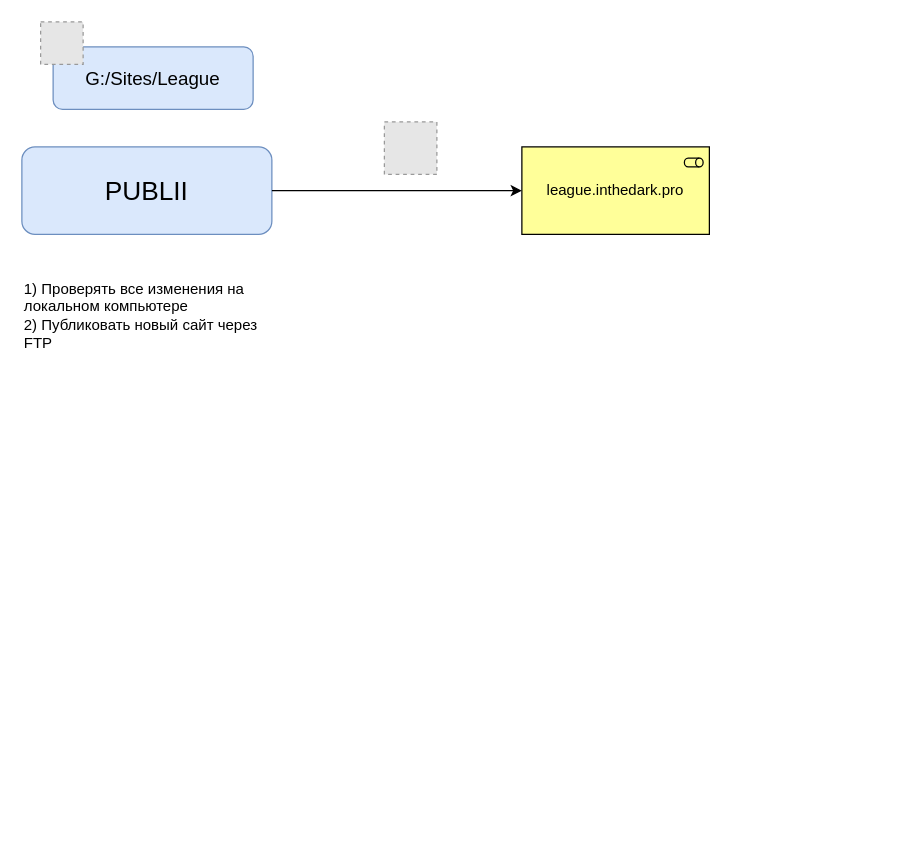
johnnyitd/vb keeps this draw.io diagram as Диаграмма без названия.drawio. Above is the earlier version. Source tidied: cells renumbered, new cells numbered last; positions are measured from the earlier drawing's top-left corner, leaving out a move shared by most shapes. Both pictures are drawn from the tidied source at 125%, with x=0, y=0 at pixel (21, 21). Pictures stored in the file or linked from it are replaced by grey dashed boxes.
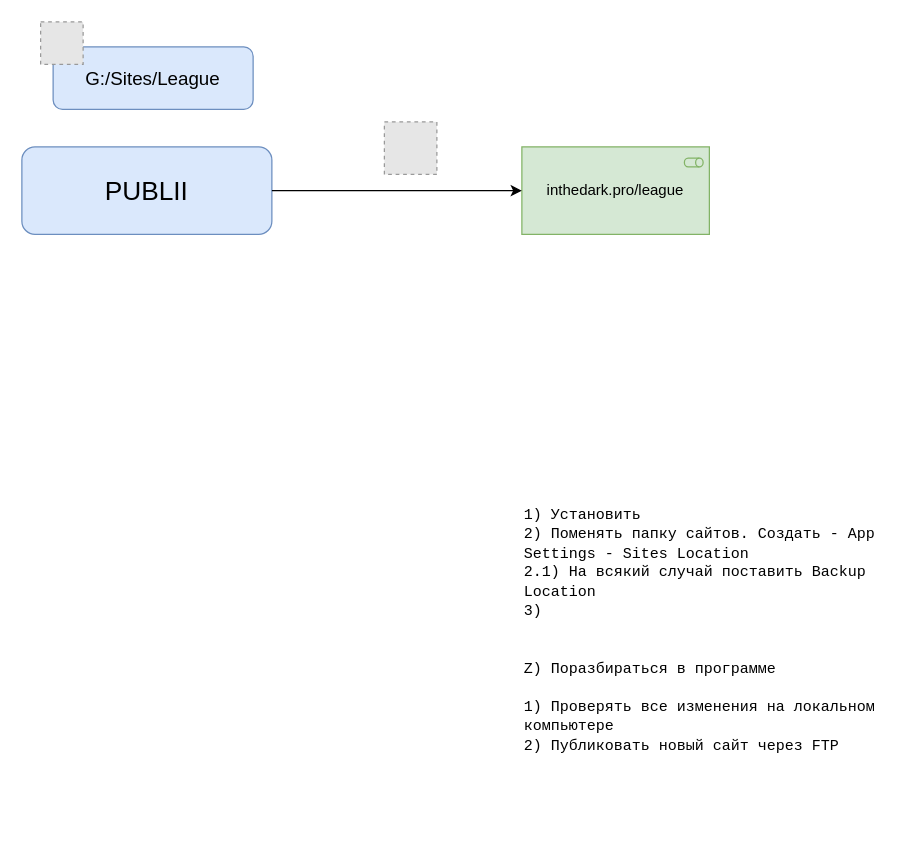
The same page after the edit.

The edit, as a diff of the source:
```diff
@@
 <mxGraphModel>
   <root>
     <mxCell id="0" />
     <mxCell id="1" parent="0" />
     <mxCell id="2" value="PUBLII" style="rounded=1;whiteSpace=wrap;html=1;fillColor=#dae8fc;strokeColor=#6c8ebf;fontSize=21;" parent="1" vertex="1">
       <mxGeometry y="100" width="200" height="70" as="geometry" />
     </mxCell>
-    <mxCell id="3" value="league.inthedark.pro" style="html=1;outlineConnect=0;whiteSpace=wrap;fillColor=#ffff99;shape=mxgraph.archimate.application;appType=role;" parent="1" vertex="1">
+    <mxCell id="3" value="inthedark.pro/league" style="html=1;outlineConnect=0;whiteSpace=wrap;fillColor=#d5e8d4;shape=mxgraph.archimate.application;appType=role;strokeColor=#82b366;" parent="1" vertex="1">
       <mxGeometry x="400" y="100" width="150" height="70" as="geometry" />
     </mxCell>
     <mxCell id="4" style="fillColor=#E6E6E6;strokeColor=#999999;dashed=1;verticalLabelPosition=bottom;labelBackgroundColor=default;verticalAlign=top;" parent="1" vertex="1">
       <mxGeometry x="290" y="80" width="42" height="42" as="geometry" />
     </mxCell>
     <mxCell id="5" style="edgeStyle=orthogonalEdgeStyle;rounded=0;jettySize=auto;html=1;entryX=0;entryY=0.5;entryDx=0;entryDy=0;entryPerimeter=0;spacing=10;" parent="1" edge="1" source="2" target="3">
       <mxGeometry relative="1" as="geometry" />
     </mxCell>
     <mxCell id="6" value="G:/Sites/League" style="rounded=1;whiteSpace=wrap;html=1;fillColor=#dae8fc;strokeColor=#6c8ebf;fontSize=15;" parent="1" vertex="1">
       <mxGeometry x="25" y="20" width="160" height="50" as="geometry" />
     </mxCell>
     <mxCell id="7" style="fillColor=#E6E6E6;strokeColor=#999999;dashed=1;verticalLabelPosition=bottom;labelBackgroundColor=default;verticalAlign=top;" parent="1" vertex="1">
       <mxGeometry x="15" width="34" height="34" as="geometry" />
     </mxCell>
-    <mxCell id="8" value="&lt;div&gt;1) Проверять все изменения на локальном компьютере&lt;/div&gt;&lt;div&gt;2) Публиковать новый сайт через FTP&lt;br&gt;&lt;/div&gt;" style="text;strokeColor=none;align=left;fillColor=none;html=1;verticalAlign=top;whiteSpace=wrap;rounded=0;" parent="1" vertex="1">
-      <mxGeometry y="200" width="200" height="160" as="geometry" />
+    <mxCell id="8" value="&lt;div&gt;&lt;font face=&quot;Courier New&quot;&gt;1) Установить&lt;/font&gt;&lt;/div&gt;&lt;div&gt;&lt;font face=&quot;Courier New&quot;&gt;2) Поменять папку сайтов. Создать - App Settings - Sites Location&lt;br&gt;2.1) На всякий случай поставить Backup Location&lt;br&gt;&lt;/font&gt;&lt;/div&gt;&lt;div&gt;&lt;font face=&quot;Courier New&quot;&gt;3) &lt;br&gt;&lt;/font&gt;&lt;/div&gt;&lt;div&gt;&lt;font face=&quot;Courier New&quot;&gt;&lt;br&gt;&lt;/font&gt;&lt;/div&gt;&lt;div&gt;&lt;font face=&quot;Courier New&quot;&gt;&lt;br&gt;&lt;/font&gt;&lt;/div&gt;&lt;div&gt;&lt;font face=&quot;Courier New&quot;&gt;Z) Поразбираться в программе&lt;br&gt;&lt;/font&gt;&lt;/div&gt;&lt;div&gt;&lt;font face=&quot;Courier New&quot;&gt;&lt;br&gt;&lt;/font&gt;&lt;/div&gt;&lt;div&gt;&lt;font face=&quot;Courier New&quot;&gt;1) Проверять все изменения на локальном компьютере&lt;/font&gt;&lt;/div&gt;&lt;div&gt;&lt;font face=&quot;Courier New&quot;&gt;2) Публиковать новый сайт через FTP&lt;br&gt;&lt;/font&gt;&lt;/div&gt;" style="text;strokeColor=none;align=left;fillColor=none;html=1;verticalAlign=top;whiteSpace=wrap;rounded=0;" parent="1" vertex="1">
+      <mxGeometry x="400" y="380" width="290" height="260" as="geometry" />
     </mxCell>
   </root>
 </mxGraphModel>
```
